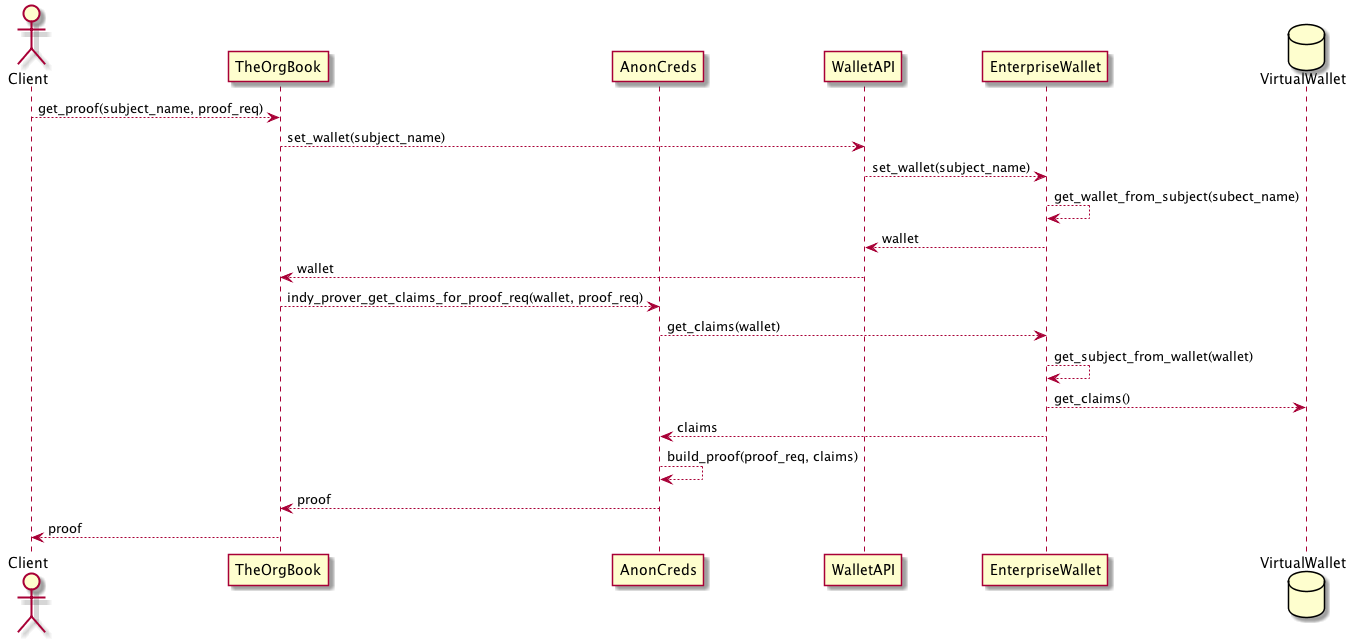
The PlantUML diagram doc/wallet/ew-query1-virtual-wallet.png in bcgov/indy-sdk, before a commit. The source it was exported from:
```plantuml
@startuml
actor Client
participant Client order 10
participant TheOrgBook order 20
participant AnonCreds order 30
participant WalletAPI order 40
participant EnterpriseWallet order 50
database VirtualWallet order 60
Client --> TheOrgBook: get_proof(subject_name, proof_req)
TheOrgBook --> WalletAPI: set_wallet(subject_name)
WalletAPI --> EnterpriseWallet: set_wallet(subject_name)
EnterpriseWallet --> EnterpriseWallet: get_wallet_from_subject(subect_name)
EnterpriseWallet --> WalletAPI: wallet
WalletAPI --> TheOrgBook: wallet
TheOrgBook --> AnonCreds: indy_prover_get_claims_for_proof_req(wallet, proof_req)
AnonCreds --> EnterpriseWallet: get_claims(wallet)
EnterpriseWallet --> EnterpriseWallet: get_subject_from_wallet(wallet)
EnterpriseWallet --> VirtualWallet: get_claims()
EnterpriseWallet --> AnonCreds: claims
AnonCreds --> AnonCreds: build_proof(proof_req, claims)
AnonCreds --> TheOrgBook: proof
TheOrgBook --> Client: proof
@enduml
```
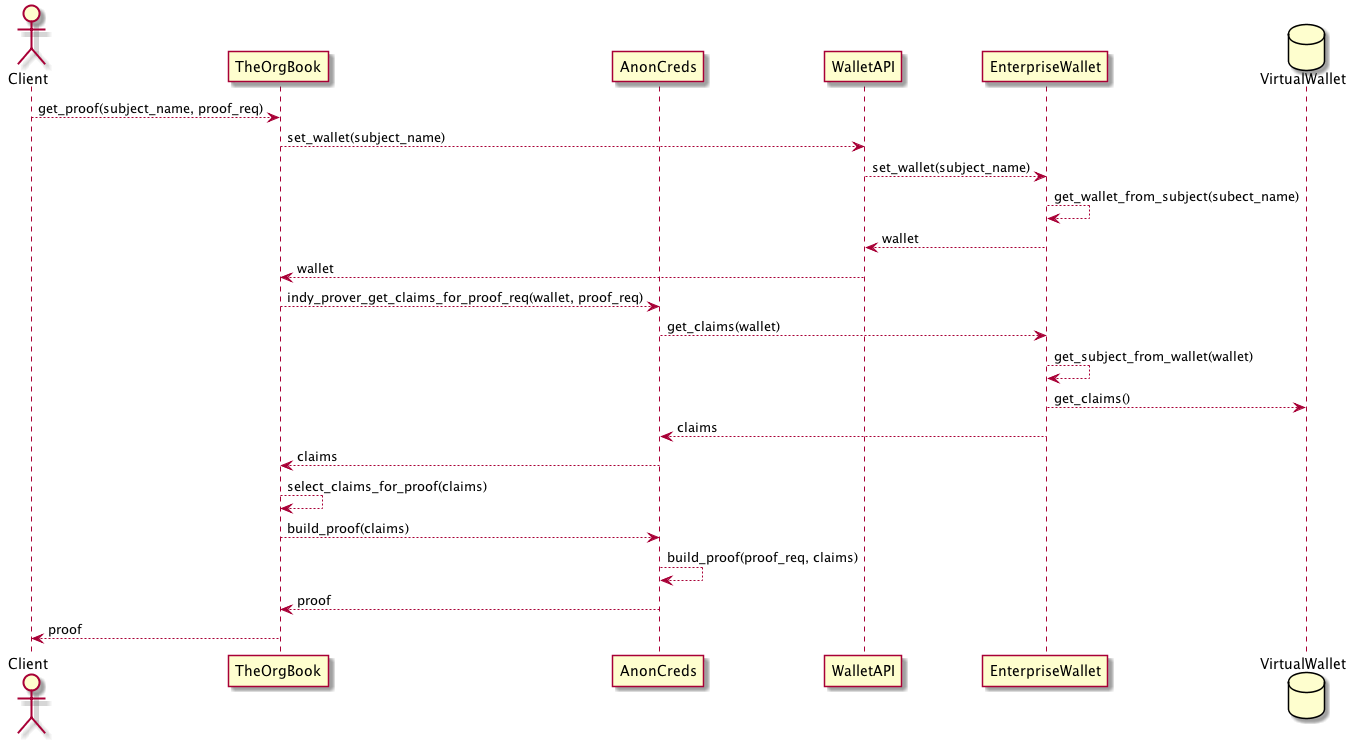
After the commit.

The edit, as a diff of the source:
```diff
@@ -17,6 +17,9 @@
 EnterpriseWallet --> EnterpriseWallet: get_subject_from_wallet(wallet)
 EnterpriseWallet --> VirtualWallet: get_claims()
 EnterpriseWallet --> AnonCreds: claims
+AnonCreds --> TheOrgBook: claims
+TheOrgBook --> TheOrgBook: select_claims_for_proof(claims)
+TheOrgBook --> AnonCreds: build_proof(claims)
 AnonCreds --> AnonCreds: build_proof(proof_req, claims)
 AnonCreds --> TheOrgBook: proof
 TheOrgBook --> Client: proof
```
